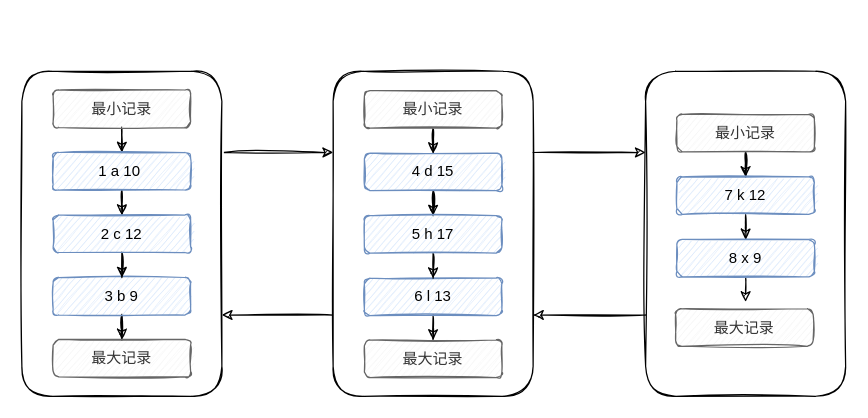
Before: image/mysql存储结构.drawio in erlieStar/mysql-ask, a draw.io diagram. Source tidied: cells renumbered, new cells numbered last; positions are measured from the earlier drawing's top-left corner, leaving out a move shared by most shapes. Both pictures are drawn from the tidied source at 125%, with x=0, y=0 at pixel (21, 71).
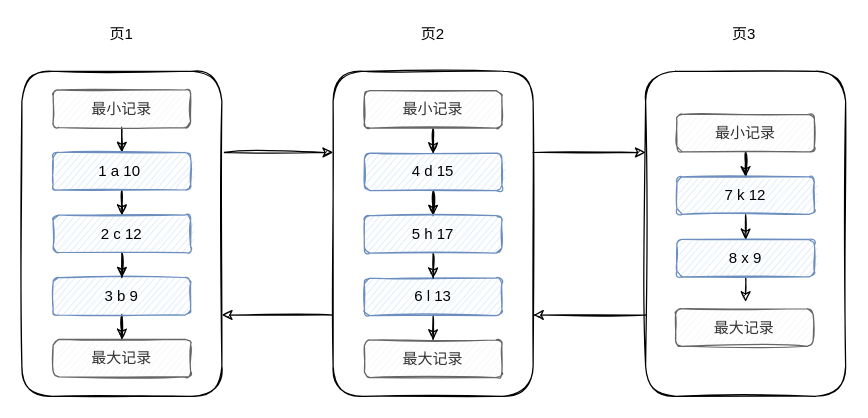
Above is the later version.

The edit, as a diff of the source:
```diff
@@
+    <mxCell id="34" value="页1" style="text;html=1;strokeColor=none;fillColor=none;align=center;verticalAlign=middle;whiteSpace=wrap;rounded=0;sketch=1;" parent="1" vertex="1">
+      <mxGeometry x="60" y="-40" width="40" height="20" as="geometry" />
+    </mxCell>
+    <mxCell id="35" value="页2" style="text;html=1;strokeColor=none;fillColor=none;align=center;verticalAlign=middle;whiteSpace=wrap;rounded=0;sketch=1;" parent="1" vertex="1">
+      <mxGeometry x="309" y="-40" width="40" height="20" as="geometry" />
+    </mxCell>
+    <mxCell id="36" value="页3" style="text;html=1;strokeColor=none;fillColor=none;align=center;verticalAlign=middle;whiteSpace=wrap;rounded=0;sketch=1;" parent="1" vertex="1">
+      <mxGeometry x="558" y="-40" width="40" height="20" as="geometry" />
+    </mxCell>
```
